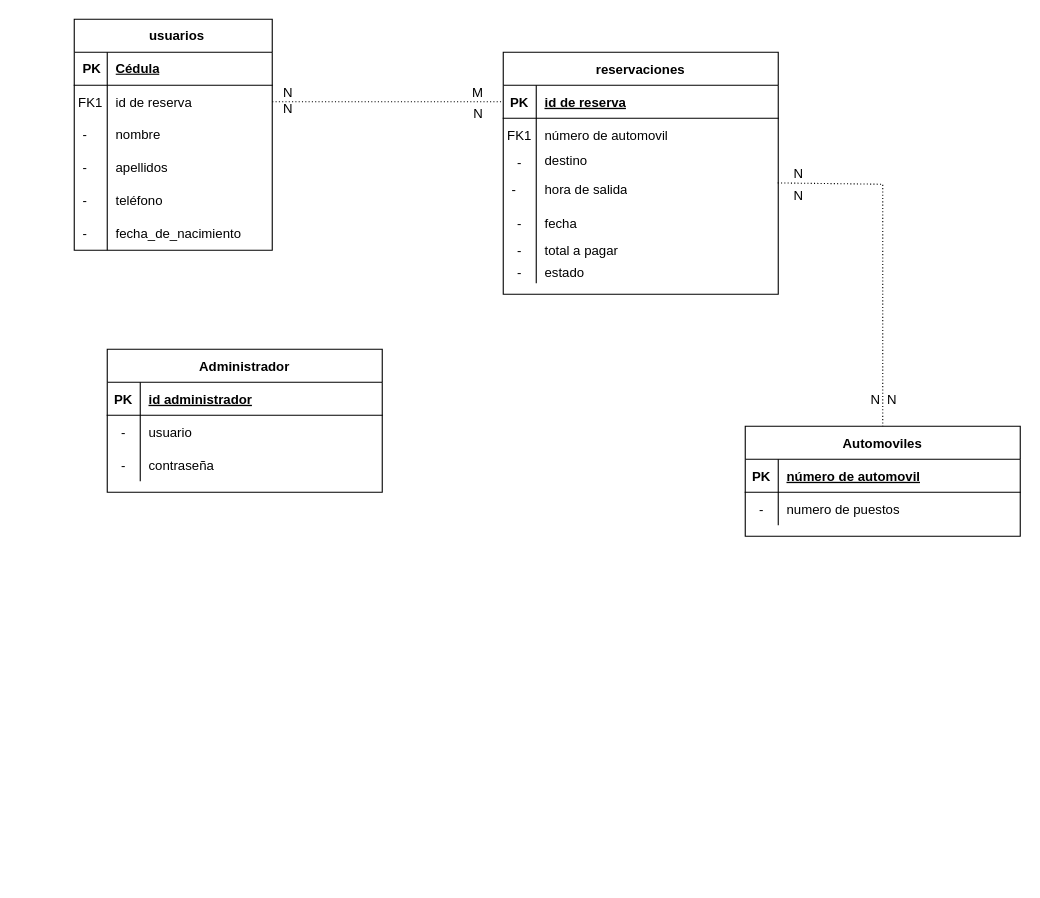
The draw.io diagram Diagrama_Identidad_Relacion.drawio in camiloGHS21/cacharrito_backend, before the edit. Source tidied: cells renumbered, new cells numbered last; positions are measured from the earlier drawing's top-left corner, leaving out a move shared by most shapes. Both pictures are drawn from the tidied source at 110%, with x=0, y=0 at pixel (74, 19).
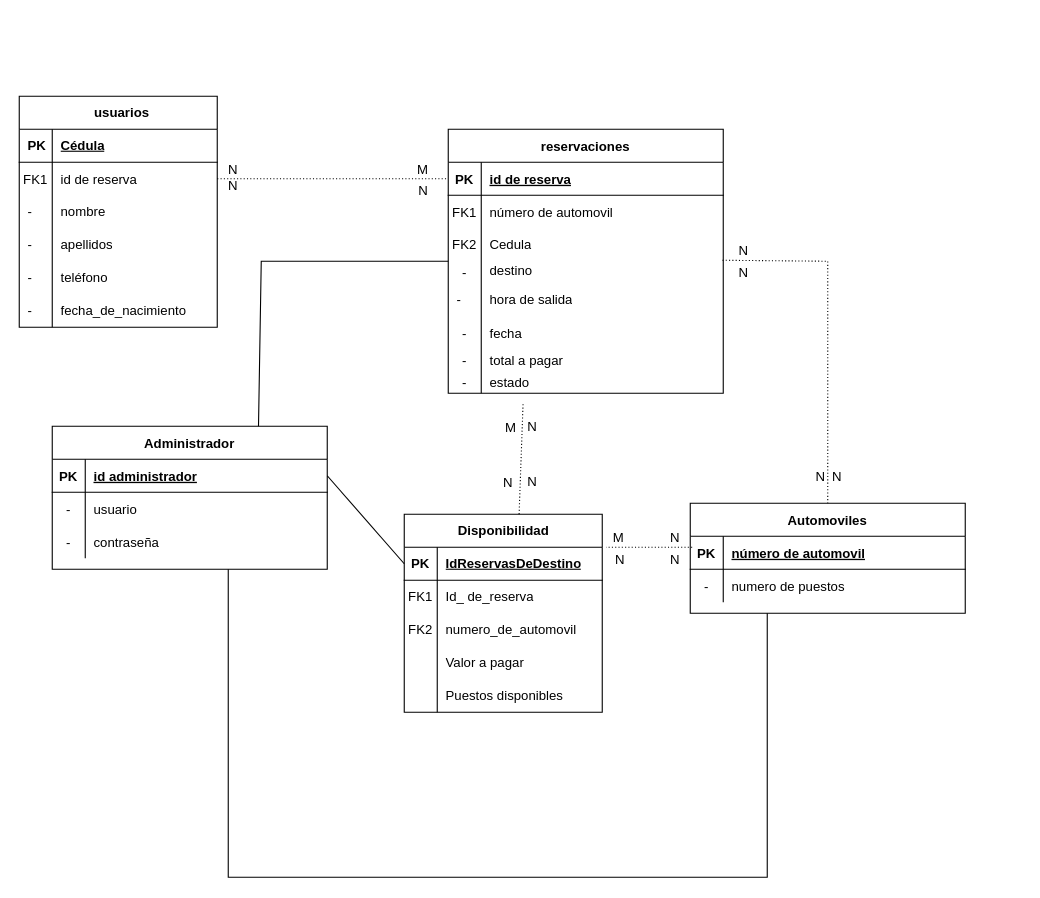
After the change.

The change refers to these unchanged cells:
```xml
<mxCell id="25" value="Administrador" style="shape=table;startSize=30;childLayout=tableLayout;rowLines=0;fontStyle=1;align=center;" parent="2" vertex="1">
  <mxGeometry x="30" y="300" width="250" height="130" as="geometry" />
</mxCell>
<mxCell id="26" style="shape=partialRectangle;fillColor=none;points=[[0,0.5],[1,0.5]];portConstraint=eastwest;top=0;left=0;right=0;bottom=1;" parent="25" vertex="1">
  <mxGeometry y="30" width="250" height="30" as="geometry" />
</mxCell>
<mxCell id="54" value="Automoviles" style="shape=table;startSize=30;childLayout=tableLayout;rowLines=0;fontStyle=1;align=center;" parent="2" vertex="1">
  <mxGeometry x="610" y="370" width="250" height="100" as="geometry" />
</mxCell>
<mxCell id="55" style="shape=partialRectangle;fillColor=none;points=[[0,0.5],[1,0.5]];portConstraint=eastwest;top=0;left=0;right=0;bottom=1;" parent="54" vertex="1">
  <mxGeometry y="30" width="250" height="30" as="geometry" />
</mxCell>
```

Change to the diagram source:
```diff
@@
+    <mxCell id="72" style="group;" parent="1" vertex="1">
+      <mxGeometry x="-50" y="70" width="860" height="630" as="geometry" />
+    </mxCell>
-    <mxCell id="2" style="group;" parent="1" vertex="1">
-      <mxGeometry width="860" height="470" as="geometry" />
+    <mxCell id="2" style="group;" parent="72" vertex="1">
+      <mxGeometry width="860" height="630" as="geometry" />
     </mxCell>
     <mxCell id="3" value="reservaciones" style="shape=table;startSize=30;childLayout=tableLayout;rowLines=0;fontStyle=1;align=center;" parent="2" vertex="1">
-      <mxGeometry x="390" y="30" width="250" height="220" as="geometry" />
+      <mxGeometry x="390" y="30" width="250" height="240" as="geometry" />
     </mxCell>
@@
+    <mxCell id="73" style="shape=tableRow;horizontal=0;startSize=0;swimlaneHead=0;swimlaneBody=0;fillColor=none;top=0;left=0;right=0;bottom=0;" parent="3" vertex="1">
+      <mxGeometry y="90" width="250" height="30" as="geometry" />
+    </mxCell>
+    <mxCell id="74" value="FK2" style="shape=partialRectangle;fillColor=none;top=0;left=0;bottom=0;right=0;overflow=hidden;whiteSpace=wrap;html=1;" parent="73" vertex="1">
+      <mxGeometry width="30" height="30" as="geometry" />
+    </mxCell>
+    <mxCell id="75" value="Cedula" style="shape=partialRectangle;fillColor=none;top=0;left=0;bottom=0;right=0;align=left;spacingLeft=6;overflow=hidden;whiteSpace=wrap;html=1;" parent="73" vertex="1">
+      <mxGeometry x="30" width="220" height="30" as="geometry" />
+    </mxCell>
     <mxCell id="10" style="shape=partialRectangle;fillColor=none;points=[[0,0.5],[1,0.5]];portConstraint=eastwest;top=0;left=0;right=0;bottom=0;" parent="3" vertex="1">
-      <mxGeometry y="90" width="250" height="20" as="geometry" />
+      <mxGeometry y="120" width="250" height="20" as="geometry" />
     </mxCell>
@@
     <mxCell id="13" style="shape=tableRow;horizontal=0;startSize=0;swimlaneHead=0;swimlaneBody=0;fillColor=none;points=[[0,0.5],[1,0.5]];portConstraint=eastwest;top=0;left=0;right=0;bottom=0;strokeColor=default;align=left;verticalAlign=middle;spacingLeft=6;fontFamily=Helvetica;fontSize=12;fontColor=default;" parent="3" vertex="1">
-      <mxGeometry y="110" width="250" height="30" as="geometry" />
+      <mxGeometry y="140" width="250" height="30" as="geometry" />
     </mxCell>
@@
     <mxCell id="16" style="shape=partialRectangle;fillColor=none;top=0;left=0;right=0;bottom=0;" parent="3" vertex="1">
-      <mxGeometry y="140" width="250" height="30" as="geometry" />
+      <mxGeometry y="170" width="250" height="30" as="geometry" />
     </mxCell>
@@
     <mxCell id="19" style="shape=partialRectangle;fillColor=none;top=0;left=0;right=0;bottom=0;" parent="3" vertex="1">
-      <mxGeometry y="170" width="250" height="20" as="geometry" />
+      <mxGeometry y="200" width="250" height="20" as="geometry" />
     </mxCell>
@@
     <mxCell id="22" style="shape=partialRectangle;fillColor=none;top=0;left=0;right=0;bottom=0;" parent="3" vertex="1">
-      <mxGeometry y="190" width="250" height="20" as="geometry" />
+      <mxGeometry y="220" width="250" height="20" as="geometry" />
     </mxCell>
@@
-    <mxCell id="68" style="endArrow=none;html=1;rounded=0;dashed=1;dashPattern=1 2;entryX=0.5;entryY=0;entryDx=0;entryDy=0;exitX=0.998;exitY=0.293;exitDx=0;exitDy=0;exitPerimeter=0;" parent="2" edge="1" source="13" target="54">
+    <mxCell id="68" style="endArrow=none;html=1;rounded=0;dashed=1;dashPattern=1 2;entryX=0.5;entryY=0;entryDx=0;entryDy=0;exitX=0.997;exitY=-0.045;exitDx=0;exitDy=0;exitPerimeter=0;" parent="2" edge="1" source="10" target="54">
       <mxGeometry relative="1" as="geometry">
         <Array as="points">
           <mxPoint x="735" y="150" />
         </Array>
       </mxGeometry>
     </mxCell>
@@
+    <mxCell id="76" style="edgeStyle=orthogonalEdgeStyle;rounded=0;orthogonalLoop=1;jettySize=auto;html=1;exitX=0.5;exitY=0;exitDx=0;exitDy=0;" parent="2" edge="1">
+      <mxGeometry relative="1" as="geometry">
+        <mxPoint x="440" y="300" as="targetPoint" />
+      </mxGeometry>
+    </mxCell>
+    <mxCell id="77" value="Disponibilidad" style="shape=table;startSize=30;childLayout=tableLayout;rowLines=0;fontStyle=1;align=center;html=1;" parent="2" vertex="1">
+      <mxGeometry x="350" y="380" width="180" height="180" as="geometry" />
+    </mxCell>
+    <mxCell id="78" style="shape=tableRow;horizontal=0;startSize=0;swimlaneHead=0;swimlaneBody=0;fillColor=none;points=[[0,0.5],[1,0.5]];portConstraint=eastwest;top=0;left=0;right=0;bottom=1;" parent="77" vertex="1">
+      <mxGeometry y="30" width="180" height="30" as="geometry" />
+    </mxCell>
+    <mxCell id="79" value="PK" style="shape=partialRectangle;fillColor=none;top=0;left=0;bottom=0;right=0;fontStyle=1;overflow=hidden;whiteSpace=wrap;html=1;" parent="78" vertex="1">
+      <mxGeometry width="30" height="30" as="geometry" />
+    </mxCell>
+    <mxCell id="80" value="IdReservasDeDestino" style="shape=partialRectangle;fillColor=none;top=0;left=0;bottom=0;right=0;align=left;spacingLeft=6;fontStyle=5;overflow=hidden;whiteSpace=wrap;html=1;" parent="78" vertex="1">
+      <mxGeometry x="30" width="150" height="30" as="geometry" />
+    </mxCell>
+    <mxCell id="81" style="shape=tableRow;horizontal=0;startSize=0;swimlaneHead=0;swimlaneBody=0;fillColor=none;top=0;left=0;right=0;bottom=0;" parent="77" vertex="1">
+      <mxGeometry y="60" width="180" height="30" as="geometry" />
+    </mxCell>
+    <mxCell id="82" value="FK1" style="shape=partialRectangle;fillColor=none;top=0;left=0;bottom=0;right=0;overflow=hidden;whiteSpace=wrap;html=1;" parent="81" vertex="1">
+      <mxGeometry width="30" height="30" as="geometry" />
+    </mxCell>
+    <mxCell id="83" value="Id_ de_reserva" style="shape=partialRectangle;fillColor=none;top=0;left=0;bottom=0;right=0;align=left;spacingLeft=6;overflow=hidden;whiteSpace=wrap;html=1;" parent="81" vertex="1">
+      <mxGeometry x="30" width="150" height="30" as="geometry" />
+    </mxCell>
+    <mxCell id="84" style="shape=tableRow;horizontal=0;startSize=0;swimlaneHead=0;swimlaneBody=0;fillColor=none;top=0;left=0;right=0;bottom=0;" parent="77" vertex="1">
+      <mxGeometry y="90" width="180" height="30" as="geometry" />
+    </mxCell>
+    <mxCell id="85" value="FK2" style="shape=partialRectangle;fillColor=none;top=0;left=0;bottom=0;right=0;overflow=hidden;whiteSpace=wrap;html=1;" parent="84" vertex="1">
+      <mxGeometry width="30" height="30" as="geometry" />
+    </mxCell>
+    <mxCell id="86" value="numero_de_automovil" style="shape=partialRectangle;fillColor=none;top=0;left=0;bottom=0;right=0;align=left;spacingLeft=6;overflow=hidden;whiteSpace=wrap;html=1;" parent="84" vertex="1">
+      <mxGeometry x="30" width="150" height="30" as="geometry" />
+    </mxCell>
+    <mxCell id="87" style="shape=tableRow;horizontal=0;startSize=0;swimlaneHead=0;swimlaneBody=0;fillColor=none;top=0;left=0;right=0;bottom=0;" parent="77" vertex="1">
+      <mxGeometry y="120" width="180" height="30" as="geometry" />
+    </mxCell>
+    <mxCell id="88" style="shape=partialRectangle;fillColor=none;top=0;left=0;bottom=0;right=0;overflow=hidden;whiteSpace=wrap;html=1;" parent="87" vertex="1">
+      <mxGeometry width="30" height="30" as="geometry" />
+    </mxCell>
+    <mxCell id="89" value="Valor a pagar&amp;nbsp;" style="shape=partialRectangle;fillColor=none;top=0;left=0;bottom=0;right=0;align=left;spacingLeft=6;overflow=hidden;whiteSpace=wrap;html=1;" parent="87" vertex="1">
+      <mxGeometry x="30" width="150" height="30" as="geometry" />
+    </mxCell>
+    <mxCell id="90" style="shape=tableRow;horizontal=0;startSize=0;swimlaneHead=0;swimlaneBody=0;fillColor=none;top=0;left=0;right=0;bottom=0;" parent="77" vertex="1">
+      <mxGeometry y="150" width="180" height="30" as="geometry" />
+    </mxCell>
+    <mxCell id="91" style="shape=partialRectangle;fillColor=none;top=0;left=0;bottom=0;right=0;overflow=hidden;whiteSpace=wrap;html=1;" parent="90" vertex="1">
+      <mxGeometry width="30" height="30" as="geometry" />
+    </mxCell>
+    <mxCell id="92" value="Puestos disponibles&amp;nbsp;" style="shape=partialRectangle;fillColor=none;top=0;left=0;bottom=0;right=0;align=left;spacingLeft=6;overflow=hidden;whiteSpace=wrap;html=1;" parent="90" vertex="1">
+      <mxGeometry x="30" width="150" height="30" as="geometry" />
+    </mxCell>
+    <mxCell id="93" style="endArrow=none;html=1;rounded=0;dashed=1;dashPattern=1 2;exitX=0.272;exitY=1.353;exitDx=0;exitDy=0;entryX=0.58;entryY=-0.015;entryDx=0;entryDy=0;entryPerimeter=0;exitPerimeter=0;" parent="2" edge="1">
+      <mxGeometry relative="1" as="geometry">
+        <mxPoint x="458" y="280" as="sourcePoint" />
+        <mxPoint x="454.4" y="380.2" as="targetPoint" />
+      </mxGeometry>
+    </mxCell>
+    <mxCell id="94" value="M" style="html=1;whiteSpace=wrap;align=left;verticalAlign=bottom;" parent="93" vertex="1">
+      <mxGeometry x="-1" relative="1" as="geometry">
+        <mxPoint x="-18" y="30" as="offset" />
+      </mxGeometry>
+    </mxCell>
+    <mxCell id="95" value="N" style="html=1;whiteSpace=wrap;align=right;verticalAlign=bottom;" parent="93" vertex="1">
+      <mxGeometry x="1" relative="1" as="geometry">
+        <mxPoint x="-4" y="-20" as="offset" />
+      </mxGeometry>
+    </mxCell>
+    <mxCell id="96" style="endArrow=none;html=1;rounded=0;dashed=1;dashPattern=1 2;exitX=0.007;exitY=0.335;exitDx=0;exitDy=0;exitPerimeter=0;entryX=1.019;entryY=0.002;entryDx=0;entryDy=0;entryPerimeter=0;" parent="2" edge="1" source="55" target="78">
+      <mxGeometry relative="1" as="geometry" />
+    </mxCell>
+    <mxCell id="97" value="N" style="html=1;whiteSpace=wrap;align=left;verticalAlign=bottom;" parent="96" vertex="1">
+      <mxGeometry x="-1" relative="1" as="geometry">
+        <mxPoint x="-22" as="offset" />
+      </mxGeometry>
+    </mxCell>
+    <mxCell id="98" value="M" style="html=1;whiteSpace=wrap;align=right;verticalAlign=bottom;" parent="96" vertex="1">
+      <mxGeometry x="1" relative="1" as="geometry">
+        <mxPoint x="17" as="offset" />
+      </mxGeometry>
+    </mxCell>
+    <mxCell id="99" value="N" style="html=1;whiteSpace=wrap;align=right;verticalAlign=bottom;" parent="2" vertex="1">
+      <mxGeometry x="460" y="370" as="geometry">
+        <mxPoint x="12" y="-11" as="offset" />
+      </mxGeometry>
+    </mxCell>
+    <mxCell id="100" value="N" style="html=1;whiteSpace=wrap;align=right;verticalAlign=bottom;" parent="2" vertex="1">
+      <mxGeometry x="460" y="320" as="geometry">
+        <mxPoint x="12" y="-11" as="offset" />
+      </mxGeometry>
+    </mxCell>
+    <mxCell id="101" value="N" style="html=1;whiteSpace=wrap;align=left;verticalAlign=bottom;" parent="2" vertex="1">
+      <mxGeometry x="590" y="430" as="geometry" />
+    </mxCell>
+    <mxCell id="102" value="N" style="html=1;whiteSpace=wrap;align=left;verticalAlign=bottom;" parent="2" vertex="1">
+      <mxGeometry x="540" y="430" as="geometry" />
+    </mxCell>
+    <mxCell id="103" style="endArrow=none;html=1;rounded=0;exitX=1;exitY=0.5;exitDx=0;exitDy=0;entryX=0;entryY=0.25;entryDx=0;entryDy=0;" parent="2" edge="1" source="26" target="77">
+      <mxGeometry relative="1" as="geometry" />
+    </mxCell>
+    <mxCell id="104" style="endArrow=none;html=1;rounded=0;" parent="2" edge="1">
+      <mxGeometry relative="1" as="geometry">
+        <mxPoint x="190" y="430" as="sourcePoint" />
+        <mxPoint x="680" y="470" as="targetPoint" />
+        <Array as="points">
+          <mxPoint x="190" y="710" />
+          <mxPoint x="680" y="710" />
+        </Array>
+      </mxGeometry>
+    </mxCell>
+    <mxCell id="105" style="html=1;whiteSpace=wrap;align=right;verticalAlign=bottom;" parent="104" vertex="1">
+      <mxGeometry x="1" relative="1" as="geometry" />
+    </mxCell>
+    <mxCell id="106" style="endArrow=none;html=1;rounded=0;exitX=0.75;exitY=0;exitDx=0;exitDy=0;" parent="72" edge="1" source="25">
+      <mxGeometry relative="1" as="geometry">
+        <mxPoint x="390" y="150" as="targetPoint" />
+        <Array as="points">
+          <mxPoint x="220" y="150" />
+        </Array>
+      </mxGeometry>
+    </mxCell>
```
